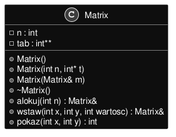
This is inline_umlgraph_1.png from kluchoo/Matrix, a PlantUML export, as it was before one commit.
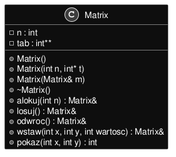
The same file after the commit.

The edit, as a diff of the source:
```diff
@@ -10,6 +10,8 @@
 +Matrix(Matrix& m)
 +~Matrix()
 +alokuj(int n) : Matrix&
++losuj() : Matrix&
++odwroc() : Matrix&
 +wstaw(int x, int y, int wartosc) : Matrix&
 +pokaz(int x, int y) : int
 
```
